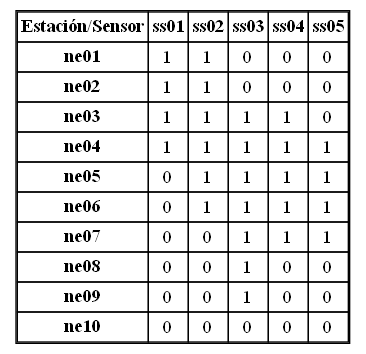
Earlier version of the Graphviz export data/matriz_patron_suelo.gv.png (Juantrox617/IPC2_Proyecto1_202307699). Its source is kept beside it as data/matriz_patron_suelo.gv.
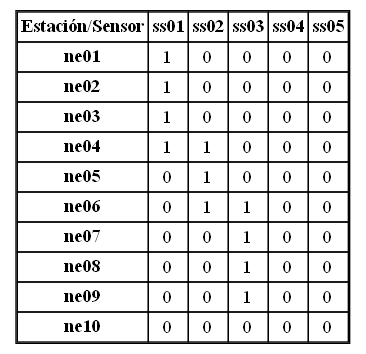
Above is the later version.

Diff of the diagram source:
```diff
@@ -1,3 +1,3 @@
 digraph {
-	matriz [label=<<TABLE BORDER="1" CELLBORDER="1" CELLSPACING="0"><TR><TD><B>Estación/Sensor</B></TD><TD><B>ss01</B></TD><TD><B>ss02</B></TD><TD><B>ss03</B></TD><TD><B>ss04</B></TD><TD><B>ss05</B></TD></TR><TR><TD><B>ne01</B></TD><TD>1</TD><TD>1</TD><TD>0</TD><TD>0</TD><TD>0</TD></TR><TR><TD><B>ne02</B></TD><TD>1</TD><TD>1</TD><TD>0</TD><TD>0</TD><TD>0</TD></TR><TR><TD><B>ne03</B></TD><TD>1</TD><TD>1</TD><TD>1</TD><TD>1</TD><TD>0</TD></TR><TR><TD><B>ne04</B></TD><TD>1</TD><TD>1</TD><TD>1</TD><TD>1</TD><TD>1</TD></TR><TR><TD><B>ne05</B></TD><TD>0</TD><TD>1</TD><TD>1</TD><TD>1</TD><TD>1</TD></TR><TR><TD><B>ne06</B></TD><TD>0</TD><TD>1</TD><TD>1</TD><TD>1</TD><TD>1</TD></TR><TR><TD><B>ne07</B></TD><TD>0</TD><TD>0</TD><TD>1</TD><TD>1</TD><TD>1</TD></TR><TR><TD><B>ne08</B></TD><TD>0</TD><TD>0</TD><TD>1</TD><TD>0</TD><TD>0</TD></TR><TR><TD><B>ne09</B></TD><TD>0</TD><TD>0</TD><TD>1</TD><TD>0</TD><TD>0</TD></TR><TR><TD><B>ne10</B></TD><TD>0</TD><TD>0</TD><TD>0</TD><TD>0</TD><TD>0</TD></TR></TABLE>> shape=plaintext]
+	matriz [label=<<TABLE BORDER="1" CELLBORDER="1" CELLSPACING="0"><TR><TD><B>Estación/Sensor</B></TD><TD><B>ss01</B></TD><TD><B>ss02</B></TD><TD><B>ss03</B></TD><TD><B>ss04</B></TD><TD><B>ss05</B></TD></TR><TR><TD><B>ne01</B></TD><TD>1</TD><TD>0</TD><TD>0</TD><TD>0</TD><TD>0</TD></TR><TR><TD><B>ne02</B></TD><TD>1</TD><TD>0</TD><TD>0</TD><TD>0</TD><TD>0</TD></TR><TR><TD><B>ne03</B></TD><TD>1</TD><TD>0</TD><TD>0</TD><TD>0</TD><TD>0</TD></TR><TR><TD><B>ne04</B></TD><TD>1</TD><TD>1</TD><TD>0</TD><TD>0</TD><TD>0</TD></TR><TR><TD><B>ne05</B></TD><TD>0</TD><TD>1</TD><TD>0</TD><TD>0</TD><TD>0</TD></TR><TR><TD><B>ne06</B></TD><TD>0</TD><TD>1</TD><TD>1</TD><TD>0</TD><TD>0</TD></TR><TR><TD><B>ne07</B></TD><TD>0</TD><TD>0</TD><TD>1</TD><TD>0</TD><TD>0</TD></TR><TR><TD><B>ne08</B></TD><TD>0</TD><TD>0</TD><TD>1</TD><TD>0</TD><TD>0</TD></TR><TR><TD><B>ne09</B></TD><TD>0</TD><TD>0</TD><TD>1</TD><TD>0</TD><TD>0</TD></TR><TR><TD><B>ne10</B></TD><TD>0</TD><TD>0</TD><TD>0</TD><TD>0</TD><TD>0</TD></TR></TABLE>> shape=plaintext]
 }
```
